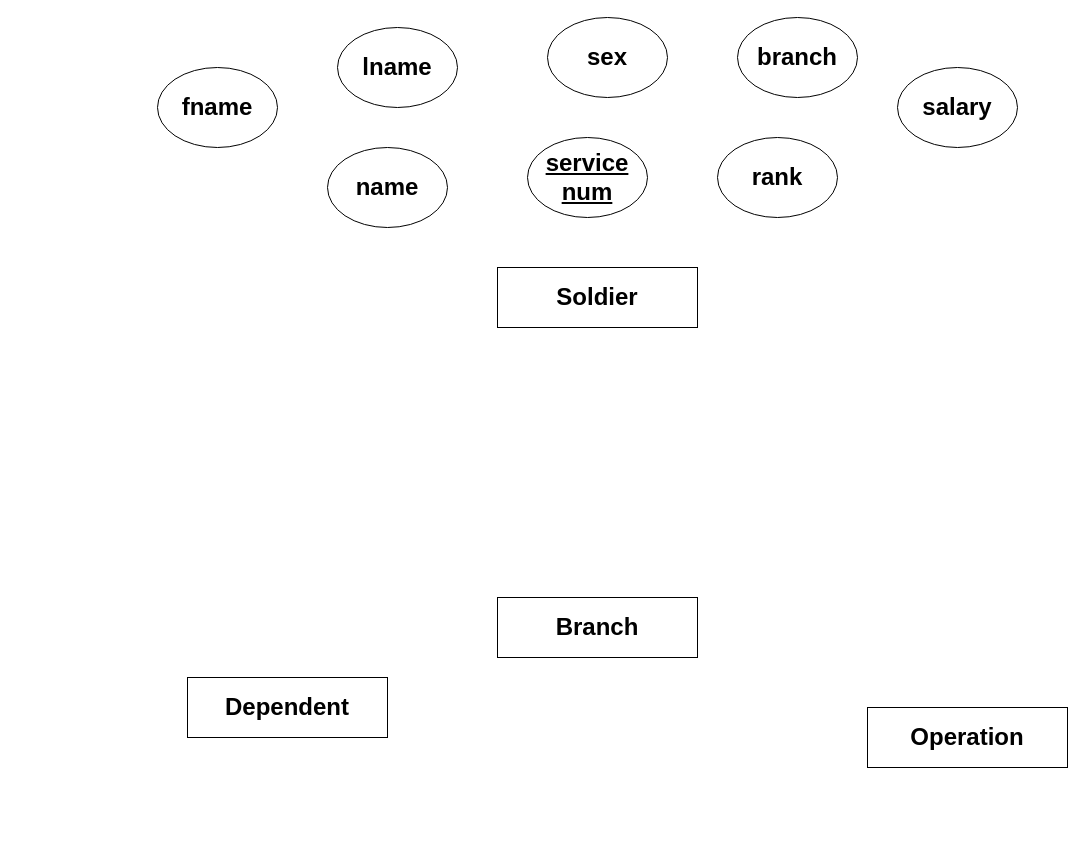
The draw.io diagram ER_diagram.drawio in powerm9/InfoManCa, before the edit. Source tidied: cells renumbered, new cells numbered last; positions are measured from the earlier drawing's top-left corner, leaving out a move shared by most shapes. Both pictures are drawn from the tidied source at 100%, with x=0, y=0 at pixel (157, 17).
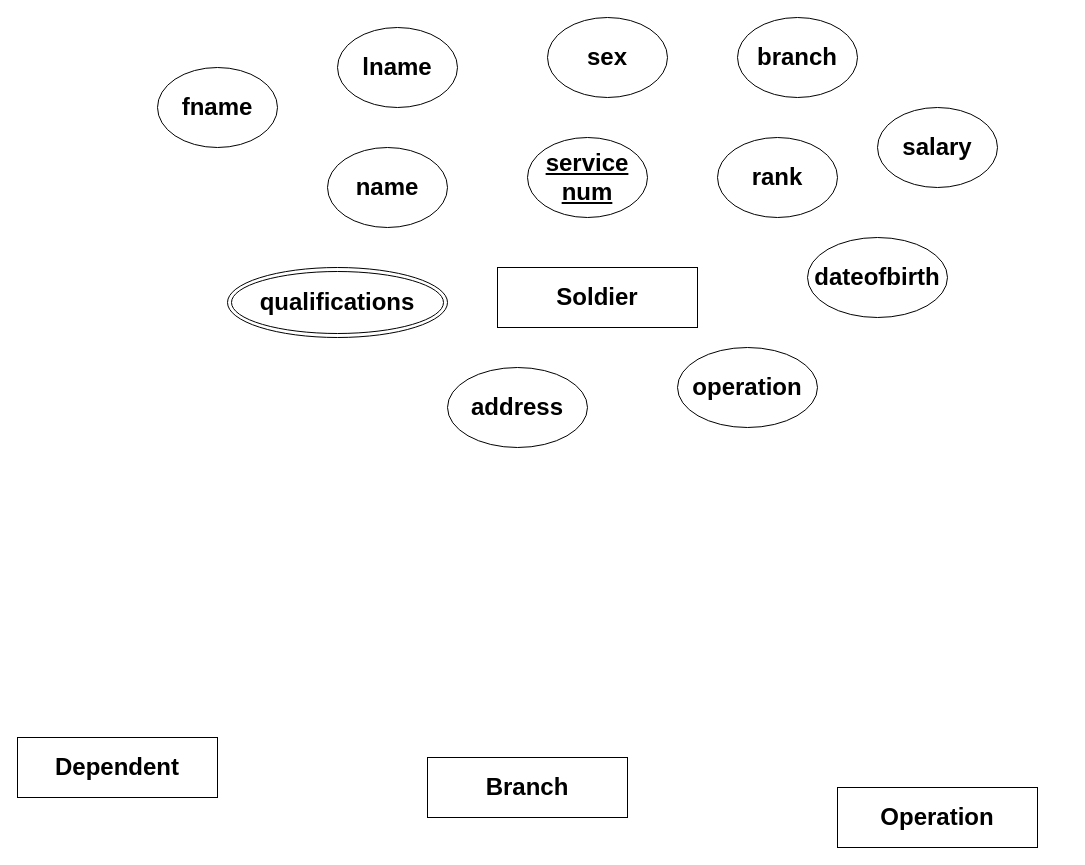
The same page after the edit.

The edit, as a diff of the source:
```diff
@@
 <mxGraphModel>
   <root>
     <mxCell id="0" />
     <mxCell id="1" parent="0" />
     <mxCell id="2" value="&lt;h1&gt;Soldier&lt;br&gt;&lt;/h1&gt;" style="rounded=0;whiteSpace=wrap;html=1;" parent="1" vertex="1">
       <mxGeometry x="340" y="250" width="200" height="60" as="geometry" />
     </mxCell>
     <mxCell id="3" value="&lt;h1&gt;Branch&lt;br&gt;&lt;/h1&gt;" style="rounded=0;whiteSpace=wrap;html=1;" parent="1" vertex="1">
-      <mxGeometry x="340" y="580" width="200" height="60" as="geometry" />
+      <mxGeometry x="270" y="740" width="200" height="60" as="geometry" />
     </mxCell>
     <mxCell id="4" value="&lt;h1&gt;Dependent&lt;br&gt;&lt;/h1&gt;" style="rounded=0;whiteSpace=wrap;html=1;" parent="1" vertex="1">
-      <mxGeometry x="30" y="660" width="200" height="60" as="geometry" />
+      <mxGeometry x="-140" y="720" width="200" height="60" as="geometry" />
     </mxCell>
     <mxCell id="5" value="&lt;h1&gt;Operation&lt;br&gt;&lt;/h1&gt;" style="rounded=0;whiteSpace=wrap;html=1;" parent="1" vertex="1">
-      <mxGeometry x="710" y="690" width="200" height="60" as="geometry" />
+      <mxGeometry x="680" y="770" width="200" height="60" as="geometry" />
     </mxCell>
     <mxCell id="6" value="&lt;h1&gt;fname&lt;br&gt;&lt;/h1&gt;" style="ellipse;whiteSpace=wrap;html=1;" parent="1" vertex="1">
       <mxGeometry y="50" width="120" height="80" as="geometry" />
     </mxCell>
     <mxCell id="7" value="&lt;h1&gt;name&lt;br&gt;&lt;/h1&gt;" style="ellipse;whiteSpace=wrap;html=1;" parent="1" vertex="1">
       <mxGeometry x="170" y="130" width="120" height="80" as="geometry" />
     </mxCell>
     <mxCell id="8" style="edgeStyle=orthogonalEdgeStyle;rounded=0;orthogonalLoop=1;jettySize=auto;html=1;exitX=0.5;exitY=1;exitDx=0;exitDy=0;" parent="1" edge="1" source="2" target="2">
       <mxGeometry relative="1" as="geometry" />
     </mxCell>
     <mxCell id="9" value="&lt;h1&gt;lname&lt;br&gt;&lt;/h1&gt;" style="ellipse;whiteSpace=wrap;html=1;" parent="1" vertex="1">
       <mxGeometry x="180" y="10" width="120" height="80" as="geometry" />
     </mxCell>
     <mxCell id="10" value="&lt;h1&gt;&lt;u&gt;service num&lt;/u&gt;&lt;br&gt;&lt;/h1&gt;" style="ellipse;whiteSpace=wrap;html=1;" parent="1" vertex="1">
       <mxGeometry x="370" y="120" width="120" height="80" as="geometry" />
     </mxCell>
     <mxCell id="11" value="&lt;h1&gt;rank&lt;br&gt;&lt;/h1&gt;" style="ellipse;whiteSpace=wrap;html=1;" parent="1" vertex="1">
       <mxGeometry x="560" y="120" width="120" height="80" as="geometry" />
     </mxCell>
     <mxCell id="12" value="&lt;h1&gt;sex&lt;br&gt;&lt;/h1&gt;" style="ellipse;whiteSpace=wrap;html=1;" parent="1" vertex="1">
       <mxGeometry x="390" width="120" height="80" as="geometry" />
     </mxCell>
     <mxCell id="13" value="&lt;h1&gt;branch&lt;br&gt;&lt;/h1&gt;" style="ellipse;whiteSpace=wrap;html=1;" parent="1" vertex="1">
       <mxGeometry x="580" width="120" height="80" as="geometry" />
     </mxCell>
     <mxCell id="14" value="&lt;h1&gt;salary&lt;br&gt;&lt;/h1&gt;" style="ellipse;whiteSpace=wrap;html=1;" parent="1" vertex="1">
-      <mxGeometry x="740" y="50" width="120" height="80" as="geometry" />
+      <mxGeometry x="720" y="90" width="120" height="80" as="geometry" />
     </mxCell>
+    <mxCell id="15" value="&lt;h1&gt;dateofbirth&lt;br&gt;&lt;/h1&gt;" style="ellipse;whiteSpace=wrap;html=1;" parent="1" vertex="1">
+      <mxGeometry x="650" y="220" width="140" height="80" as="geometry" />
+    </mxCell>
+    <mxCell id="16" value="&lt;h1&gt;operation&lt;br&gt;&lt;/h1&gt;" style="ellipse;whiteSpace=wrap;html=1;" parent="1" vertex="1">
+      <mxGeometry x="520" y="330" width="140" height="80" as="geometry" />
+    </mxCell>
+    <mxCell id="17" value="&lt;h1&gt;address&lt;br&gt;&lt;/h1&gt;" style="ellipse;whiteSpace=wrap;html=1;" parent="1" vertex="1">
+      <mxGeometry x="290" y="350" width="140" height="80" as="geometry" />
+    </mxCell>
+    <mxCell id="18" value="&lt;h1&gt;qualifications&lt;br&gt;&lt;/h1&gt;" style="ellipse;shape=doubleEllipse;whiteSpace=wrap;html=1;" parent="1" vertex="1">
+      <mxGeometry x="70" y="250" width="220" height="70" as="geometry" />
+    </mxCell>
   </root>
 </mxGraphModel>
```
